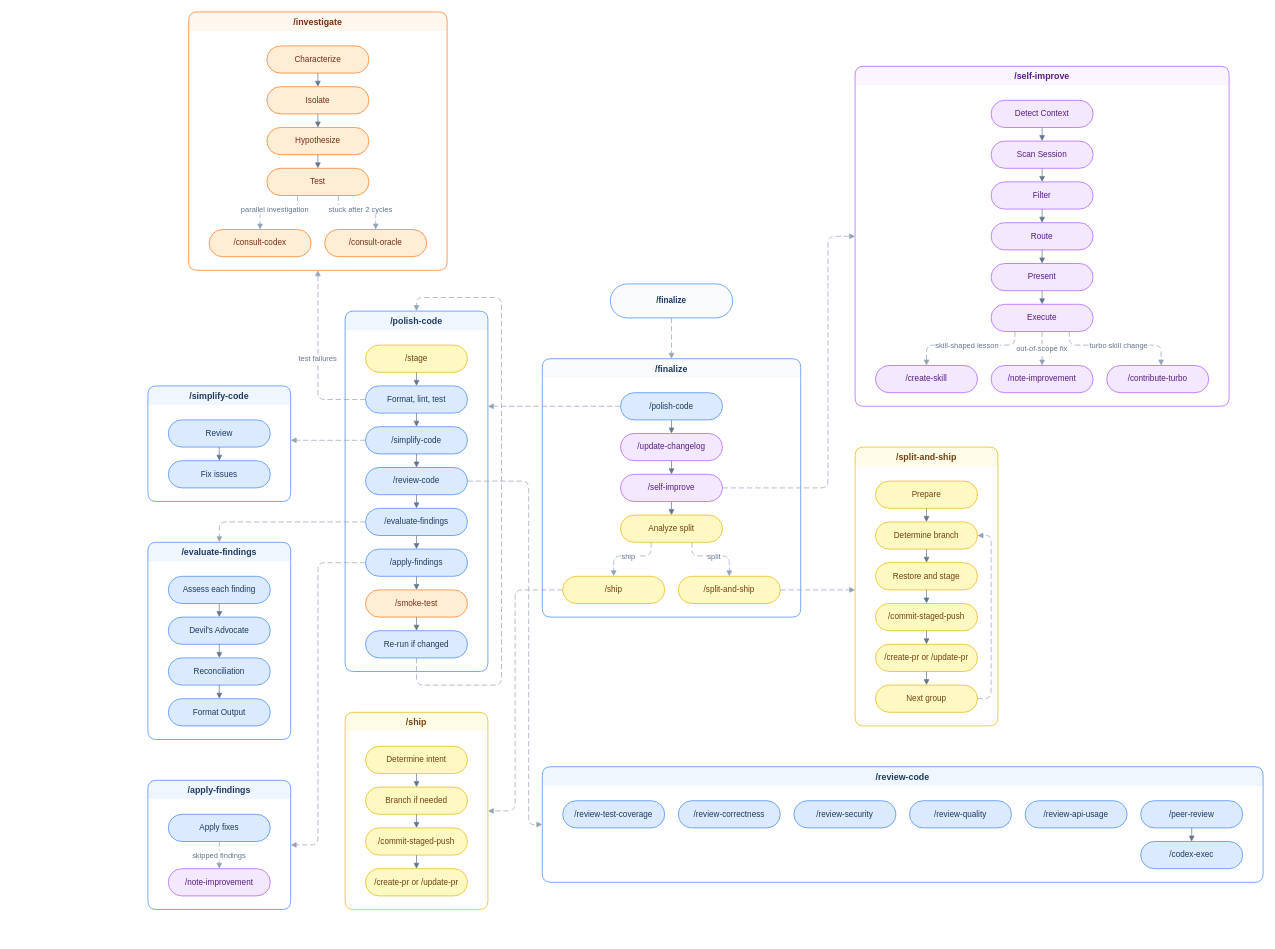
The draw.io diagram assets/how-finalize-connects.drawio in tobihagemann/turbo, before the edit. Source tidied: cells renumbered, new cells numbered last; positions are measured from the earlier drawing's top-left corner, leaving out a move shared by most shapes. Both pictures are drawn from the tidied source at 68%, with x=0, y=0 at pixel (148, 12).
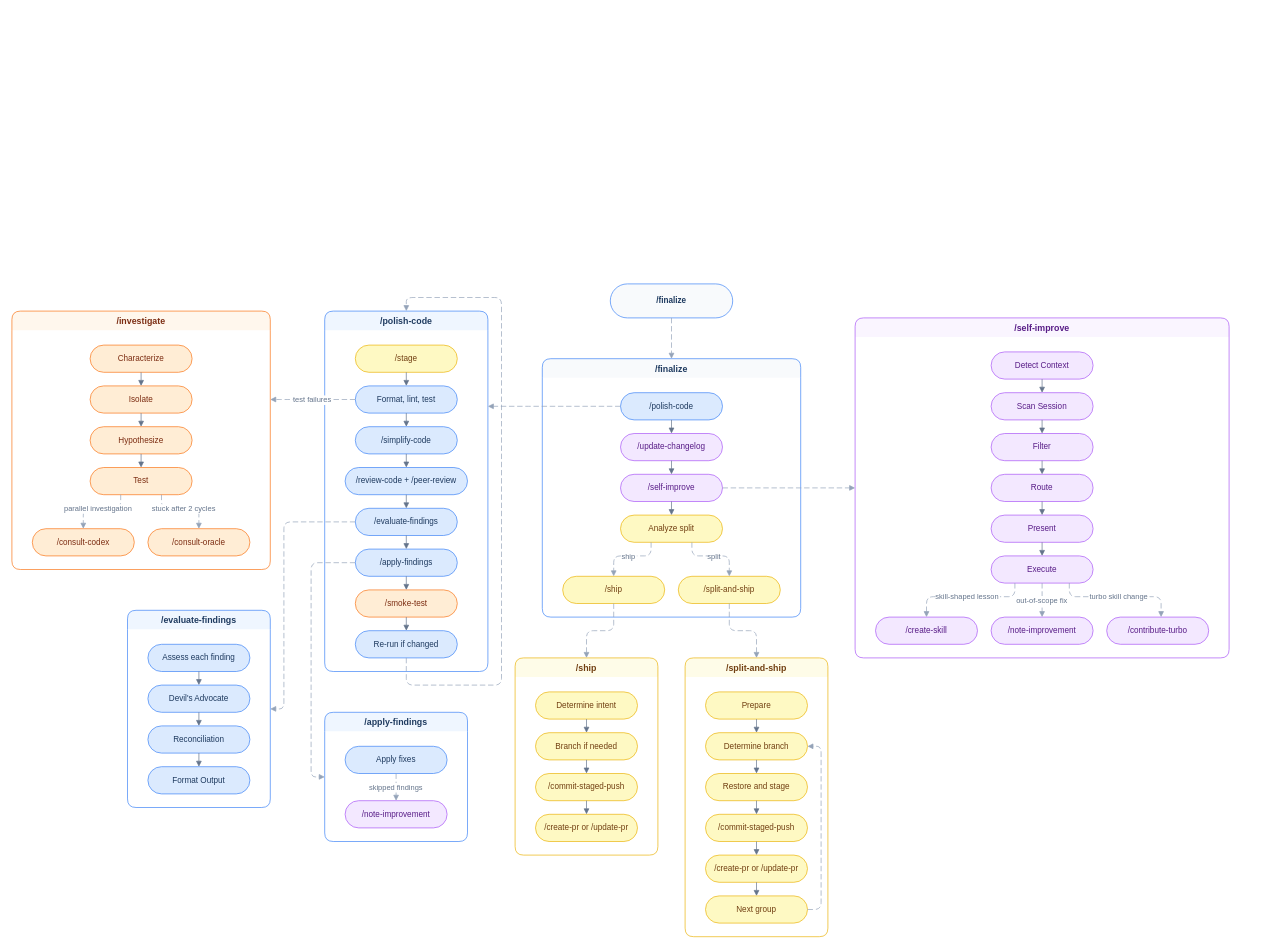
After the change.

Unchanged cells that the change refers to:
```xml
<mxCell id="7" value="/self-improve" style="rounded=1;whiteSpace=wrap;html=1;arcSize=50;fillColor=#f3e8ff;strokeColor=#a855f7;fontColor=#581c87;fontSize=12;" parent="4" vertex="1">
  <mxGeometry x="115" y="170" width="150" height="40" as="geometry" />
</mxCell>
<mxCell id="9" value="/ship" style="rounded=1;whiteSpace=wrap;html=1;arcSize=50;fillColor=#fef9c3;strokeColor=#eab308;fontColor=#713f12;fontSize=12;" parent="4" vertex="1">
  <mxGeometry x="30" y="320" width="150" height="40" as="geometry" />
</mxCell>
<mxCell id="10" value="/split-and-ship" style="rounded=1;whiteSpace=wrap;html=1;arcSize=50;fillColor=#fef9c3;strokeColor=#eab308;fontColor=#713f12;fontSize=12;" parent="4" vertex="1">
  <mxGeometry x="200" y="320" width="150" height="40" as="geometry" />
</mxCell>
```

Change to the diagram source:
```diff
@@
     <mxCell id="16" value="/polish-code" style="swimlane;startSize=28;rounded=1;fillColor=#eff6ff;strokeColor=#3b82f6;fontColor=#1e3a5f;fontStyle=1;fontSize=13;swimlaneLine=0;" parent="1" vertex="1">
-      <mxGeometry x="290" y="440" width="210" height="530" as="geometry" />
+      <mxGeometry x="260" y="440" width="240" height="530" as="geometry" />
     </mxCell>
     <mxCell id="17" value="/stage" style="rounded=1;whiteSpace=wrap;html=1;arcSize=50;fillColor=#fef9c3;strokeColor=#eab308;fontColor=#713f12;fontSize=12;" parent="16" vertex="1">
-      <mxGeometry x="30" y="50" width="150" height="40" as="geometry" />
+      <mxGeometry x="45" y="50" width="150" height="40" as="geometry" />
     </mxCell>
     <mxCell id="18" value="Format, lint, test" style="rounded=1;whiteSpace=wrap;html=1;arcSize=50;fillColor=#dbeafe;strokeColor=#3b82f6;fontColor=#1e3a5f;fontSize=12;" parent="16" vertex="1">
-      <mxGeometry x="30" y="110" width="150" height="40" as="geometry" />
+      <mxGeometry x="45" y="110" width="150" height="40" as="geometry" />
     </mxCell>
     <mxCell id="19" value="/simplify-code" style="rounded=1;whiteSpace=wrap;html=1;arcSize=50;fillColor=#dbeafe;strokeColor=#3b82f6;fontColor=#1e3a5f;fontSize=12;" parent="16" vertex="1">
-      <mxGeometry x="30" y="170" width="150" height="40" as="geometry" />
+      <mxGeometry x="45" y="170" width="150" height="40" as="geometry" />
     </mxCell>
-    <mxCell id="20" value="/review-code" style="rounded=1;whiteSpace=wrap;html=1;arcSize=50;fillColor=#dbeafe;strokeColor=#3b82f6;fontColor=#1e3a5f;fontSize=12;" parent="16" vertex="1">
-      <mxGeometry x="30" y="230" width="150" height="40" as="geometry" />
+    <mxCell id="20" value="/review-code + /peer-review" style="rounded=1;whiteSpace=wrap;html=1;arcSize=50;fillColor=#dbeafe;strokeColor=#3b82f6;fontColor=#1e3a5f;fontSize=12;" parent="16" vertex="1">
+      <mxGeometry x="30" y="230" width="180" height="40" as="geometry" />
     </mxCell>
     <mxCell id="21" value="/evaluate-findings" style="rounded=1;whiteSpace=wrap;html=1;arcSize=50;fillColor=#dbeafe;strokeColor=#3b82f6;fontColor=#1e3a5f;fontSize=12;" parent="16" vertex="1">
-      <mxGeometry x="30" y="290" width="150" height="40" as="geometry" />
+      <mxGeometry x="45" y="290" width="150" height="40" as="geometry" />
     </mxCell>
     <mxCell id="22" value="/apply-findings" style="rounded=1;whiteSpace=wrap;html=1;arcSize=50;fillColor=#dbeafe;strokeColor=#3b82f6;fontColor=#1e3a5f;fontSize=12;" parent="16" vertex="1">
-      <mxGeometry x="30" y="350" width="150" height="40" as="geometry" />
+      <mxGeometry x="45" y="350" width="150" height="40" as="geometry" />
     </mxCell>
     <mxCell id="23" value="/smoke-test" style="rounded=1;whiteSpace=wrap;html=1;arcSize=50;fillColor=#ffedd5;strokeColor=#f97316;fontColor=#7c2d12;fontSize=12;" parent="16" vertex="1">
-      <mxGeometry x="30" y="410" width="150" height="40" as="geometry" />
+      <mxGeometry x="45" y="410" width="150" height="40" as="geometry" />
     </mxCell>
     <mxCell id="24" value="Re-run if changed" style="rounded=1;whiteSpace=wrap;html=1;arcSize=50;fillColor=#dbeafe;strokeColor=#3b82f6;fontColor=#1e3a5f;fontSize=12;" parent="16" vertex="1">
-      <mxGeometry x="30" y="470" width="150" height="40" as="geometry" />
+      <mxGeometry x="45" y="470" width="150" height="40" as="geometry" />
     </mxCell>
@@
     <mxCell id="32" style="dashed=1;dashPattern=8 4;endArrow=block;endFill=1;rounded=1;edgeStyle=orthogonalEdgeStyle;strokeColor=#94a3b8;fontSize=11;fontColor=#64748b;" parent="16" edge="1" source="24" target="16">
       <mxGeometry relative="1" as="geometry">
         <Array as="points">
-          <mxPoint x="105" y="550" />
-          <mxPoint x="230" y="550" />
-          <mxPoint x="230" y="-20" />
-          <mxPoint x="105" y="-20" />
+          <mxPoint x="120" y="550" />
+          <mxPoint x="260" y="550" />
+          <mxPoint x="260" y="-20" />
+          <mxPoint x="120" y="-20" />
         </Array>
       </mxGeometry>
     </mxCell>
     <mxCell id="33" value="/self-improve" style="swimlane;startSize=28;rounded=1;fillColor=#faf5ff;strokeColor=#a855f7;fontColor=#581c87;fontStyle=1;fontSize=13;swimlaneLine=0;" parent="1" vertex="1">
-      <mxGeometry x="1040" y="80" width="550" height="500" as="geometry" />
+      <mxGeometry x="1040" y="450" width="550" height="500" as="geometry" />
     </mxCell>
@@
-    <mxCell id="51" value="/simplify-code" style="swimlane;startSize=28;rounded=1;fillColor=#eff6ff;strokeColor=#3b82f6;fontColor=#1e3a5f;fontStyle=1;fontSize=13;swimlaneLine=0;" parent="1" vertex="1">
-      <mxGeometry y="550" width="210" height="170" as="geometry" />
-    </mxCell>
-    <mxCell id="52" value="Review" style="rounded=1;whiteSpace=wrap;html=1;arcSize=50;fillColor=#dbeafe;strokeColor=#3b82f6;fontColor=#1e3a5f;fontSize=12;" parent="51" vertex="1">
-      <mxGeometry x="30" y="50" width="150" height="40" as="geometry" />
-    </mxCell>
-    <mxCell id="53" value="Fix issues" style="rounded=1;whiteSpace=wrap;html=1;arcSize=50;fillColor=#dbeafe;strokeColor=#3b82f6;fontColor=#1e3a5f;fontSize=12;" parent="51" vertex="1">
-      <mxGeometry x="30" y="110" width="150" height="40" as="geometry" />
-    </mxCell>
-    <mxCell id="54" style="endArrow=block;endFill=1;rounded=1;edgeStyle=orthogonalEdgeStyle;strokeColor=#64748b;" parent="51" edge="1" source="52" target="53">
-      <mxGeometry relative="1" as="geometry" />
-    </mxCell>
-    <mxCell id="55" value="/review-code" style="swimlane;startSize=28;rounded=1;fillColor=#eff6ff;strokeColor=#3b82f6;fontColor=#1e3a5f;fontStyle=1;fontSize=13;swimlaneLine=0;" parent="1" vertex="1">
-      <mxGeometry x="580" y="1110" width="1060" height="170" as="geometry" />
-    </mxCell>
-    <mxCell id="56" value="/review-test-coverage" style="rounded=1;whiteSpace=wrap;html=1;arcSize=50;fillColor=#dbeafe;strokeColor=#3b82f6;fontColor=#1e3a5f;fontSize=12;" parent="55" vertex="1">
-      <mxGeometry x="30" y="50" width="150" height="40" as="geometry" />
-    </mxCell>
-    <mxCell id="57" value="/review-correctness" style="rounded=1;whiteSpace=wrap;html=1;arcSize=50;fillColor=#dbeafe;strokeColor=#3b82f6;fontColor=#1e3a5f;fontSize=12;" parent="55" vertex="1">
-      <mxGeometry x="200" y="50" width="150" height="40" as="geometry" />
-    </mxCell>
-    <mxCell id="58" value="/review-security" style="rounded=1;whiteSpace=wrap;html=1;arcSize=50;fillColor=#dbeafe;strokeColor=#3b82f6;fontColor=#1e3a5f;fontSize=12;" parent="55" vertex="1">
-      <mxGeometry x="370" y="50" width="150" height="40" as="geometry" />
-    </mxCell>
-    <mxCell id="59" value="/review-quality" style="rounded=1;whiteSpace=wrap;html=1;arcSize=50;fillColor=#dbeafe;strokeColor=#3b82f6;fontColor=#1e3a5f;fontSize=12;" parent="55" vertex="1">
-      <mxGeometry x="540" y="50" width="150" height="40" as="geometry" />
-    </mxCell>
-    <mxCell id="60" value="/review-api-usage" style="rounded=1;whiteSpace=wrap;html=1;arcSize=50;fillColor=#dbeafe;strokeColor=#3b82f6;fontColor=#1e3a5f;fontSize=12;" parent="55" vertex="1">
-      <mxGeometry x="710" y="50" width="150" height="40" as="geometry" />
-    </mxCell>
-    <mxCell id="61" value="/peer-review" style="rounded=1;whiteSpace=wrap;html=1;arcSize=50;fillColor=#dbeafe;strokeColor=#3b82f6;fontColor=#1e3a5f;fontSize=12;" parent="55" vertex="1">
-      <mxGeometry x="880" y="50" width="150" height="40" as="geometry" />
-    </mxCell>
-    <mxCell id="62" value="/codex-exec" style="rounded=1;whiteSpace=wrap;html=1;arcSize=50;fillColor=#dbeafe;strokeColor=#3b82f6;fontColor=#1e3a5f;fontSize=12;" parent="55" vertex="1">
-      <mxGeometry x="880" y="110" width="150" height="40" as="geometry" />
-    </mxCell>
-    <mxCell id="63" style="endArrow=block;endFill=1;rounded=1;edgeStyle=orthogonalEdgeStyle;strokeColor=#64748b;" parent="55" edge="1" source="61" target="62">
-      <mxGeometry relative="1" as="geometry" />
-    </mxCell>
     <mxCell id="64" value="/evaluate-findings" style="swimlane;startSize=28;rounded=1;fillColor=#eff6ff;strokeColor=#3b82f6;fontColor=#1e3a5f;fontStyle=1;fontSize=13;swimlaneLine=0;" parent="1" vertex="1">
-      <mxGeometry y="780" width="210" height="290" as="geometry" />
+      <mxGeometry x="-30" y="880" width="210" height="290" as="geometry" />
     </mxCell>
@@
     <mxCell id="72" value="/apply-findings" style="swimlane;startSize=28;rounded=1;fillColor=#eff6ff;strokeColor=#3b82f6;fontColor=#1e3a5f;fontStyle=1;fontSize=13;swimlaneLine=0;" parent="1" vertex="1">
-      <mxGeometry y="1130" width="210" height="190" as="geometry" />
+      <mxGeometry x="260" y="1030" width="210" height="190" as="geometry" />
     </mxCell>
@@
     <mxCell id="76" value="/investigate" style="swimlane;startSize=28;rounded=1;fillColor=#fff7ed;strokeColor=#f97316;fontColor=#7c2d12;fontStyle=1;fontSize=13;swimlaneLine=0;" parent="1" vertex="1">
-      <mxGeometry x="60" width="380" height="380" as="geometry" />
+      <mxGeometry x="-200" y="440" width="380" height="380" as="geometry" />
     </mxCell>
@@
     <mxCell id="88" value="/ship" style="swimlane;startSize=28;rounded=1;fillColor=#fefce8;strokeColor=#eab308;fontColor=#713f12;fontStyle=1;fontSize=13;swimlaneLine=0;" parent="1" vertex="1">
-      <mxGeometry x="290" y="1030" width="210" height="290" as="geometry" />
+      <mxGeometry x="540" y="950" width="210" height="290" as="geometry" />
     </mxCell>
@@
     <mxCell id="96" value="/split-and-ship" style="swimlane;startSize=28;rounded=1;fillColor=#fefce8;strokeColor=#eab308;fontColor=#713f12;fontStyle=1;fontSize=13;swimlaneLine=0;" parent="1" vertex="1">
-      <mxGeometry x="1040" y="640" width="210" height="410" as="geometry" />
+      <mxGeometry x="790" y="950" width="210" height="410" as="geometry" />
     </mxCell>
@@
     <mxCell id="109" style="dashed=1;dashPattern=8 4;endArrow=block;endFill=1;rounded=1;edgeStyle=orthogonalEdgeStyle;strokeColor=#94a3b8;fontSize=11;fontColor=#64748b;" parent="1" edge="1" source="9" target="88">
-      <mxGeometry relative="1" as="geometry">
-        <Array as="points">
-          <mxPoint x="540" y="850" />
-          <mxPoint x="540" y="1175" />
-        </Array>
-      </mxGeometry>
+      <mxGeometry relative="1" as="geometry" />
     </mxCell>
     <mxCell id="110" style="dashed=1;dashPattern=8 4;endArrow=block;endFill=1;rounded=1;edgeStyle=orthogonalEdgeStyle;strokeColor=#94a3b8;fontSize=11;fontColor=#64748b;" parent="1" edge="1" source="10" target="96">
-      <mxGeometry relative="1" as="geometry">
-        <Array as="points">
-          <mxPoint x="1070" y="850" />
-          <mxPoint x="1070" y="850" />
-        </Array>
-      </mxGeometry>
+      <mxGeometry relative="1" as="geometry" />
     </mxCell>
@@
     <mxCell id="112" style="dashed=1;dashPattern=8 4;endArrow=block;endFill=1;rounded=1;edgeStyle=orthogonalEdgeStyle;strokeColor=#94a3b8;fontSize=11;fontColor=#64748b;" parent="1" edge="1" source="7" target="33">
-      <mxGeometry relative="1" as="geometry">
-        <Array as="points">
-          <mxPoint x="1000" y="700" />
-          <mxPoint x="1000" y="330" />
-        </Array>
-      </mxGeometry>
+      <mxGeometry relative="1" as="geometry" />
     </mxCell>
     <mxCell id="113" value="test failures" style="dashed=1;dashPattern=8 4;endArrow=block;endFill=1;rounded=1;edgeStyle=orthogonalEdgeStyle;strokeColor=#94a3b8;fontSize=11;fontColor=#64748b;" parent="1" edge="1" source="18" target="76">
       <mxGeometry relative="1" as="geometry">
         <Array as="points">
-          <mxPoint x="250" y="570" />
+          <mxPoint x="200" y="570" />
+          <mxPoint x="200" y="570" />
         </Array>
       </mxGeometry>
     </mxCell>
-    <mxCell id="114" style="dashed=1;dashPattern=8 4;endArrow=block;endFill=1;rounded=1;edgeStyle=orthogonalEdgeStyle;strokeColor=#94a3b8;fontSize=11;fontColor=#64748b;" parent="1" edge="1" source="19" target="51">
-      <mxGeometry relative="1" as="geometry">
-        <Array as="points">
-          <mxPoint x="240" y="630" />
-          <mxPoint x="240" y="630" />
-        </Array>
-      </mxGeometry>
-    </mxCell>
-    <mxCell id="115" style="dashed=1;dashPattern=8 4;endArrow=block;endFill=1;rounded=1;edgeStyle=orthogonalEdgeStyle;strokeColor=#94a3b8;fontSize=11;fontColor=#64748b;" parent="1" edge="1" source="20" target="55">
-      <mxGeometry relative="1" as="geometry">
-        <Array as="points">
-          <mxPoint x="560" y="690" />
-          <mxPoint x="560" y="1195" />
-        </Array>
-      </mxGeometry>
-    </mxCell>
     <mxCell id="116" style="dashed=1;dashPattern=8 4;endArrow=block;endFill=1;rounded=1;edgeStyle=orthogonalEdgeStyle;strokeColor=#94a3b8;fontSize=11;fontColor=#64748b;" parent="1" edge="1" source="21" target="64">
-      <mxGeometry relative="1" as="geometry" />
+      <mxGeometry relative="1" as="geometry">
+        <Array as="points">
+          <mxPoint x="200" y="750" />
+          <mxPoint x="200" y="1025" />
+        </Array>
+      </mxGeometry>
     </mxCell>
     <mxCell id="117" style="dashed=1;dashPattern=8 4;endArrow=block;endFill=1;rounded=1;edgeStyle=orthogonalEdgeStyle;strokeColor=#94a3b8;fontSize=11;fontColor=#64748b;" parent="1" edge="1" source="22" target="72">
       <mxGeometry relative="1" as="geometry">
         <Array as="points">
-          <mxPoint x="250" y="810" />
-          <mxPoint x="250" y="1225" />
+          <mxPoint x="240" y="810" />
+          <mxPoint x="240" y="1125" />
         </Array>
       </mxGeometry>
     </mxCell>
```
